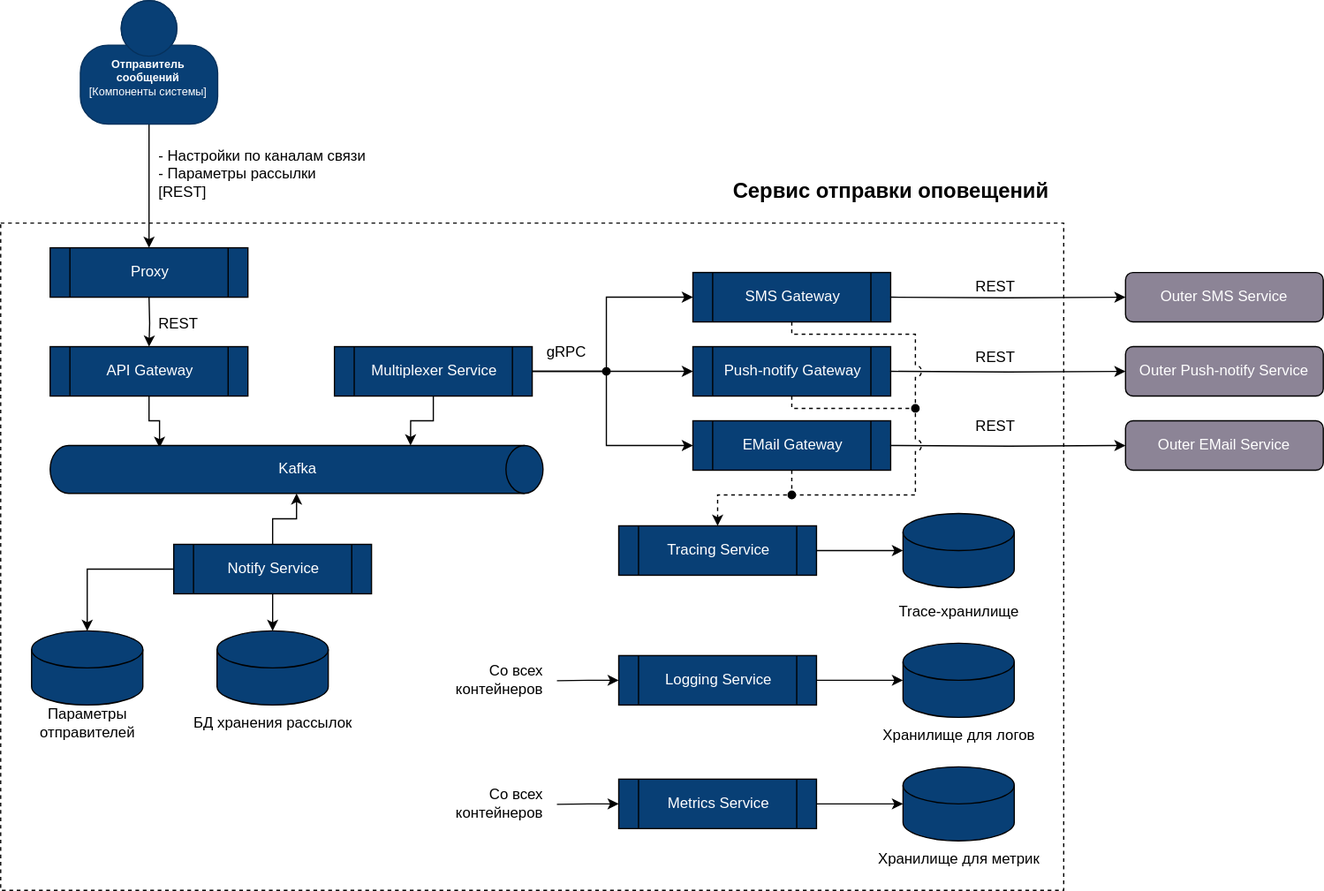
Yandex-Practicum/architect-practice-tpl keeps this draw.io diagram as notificator/static/c2.svg. Above is the earlier version. Source tidied: cells renumbered, new cells last; positions are measured from the earlier drawing's top-left corner, leaving out a move shared by most shapes.
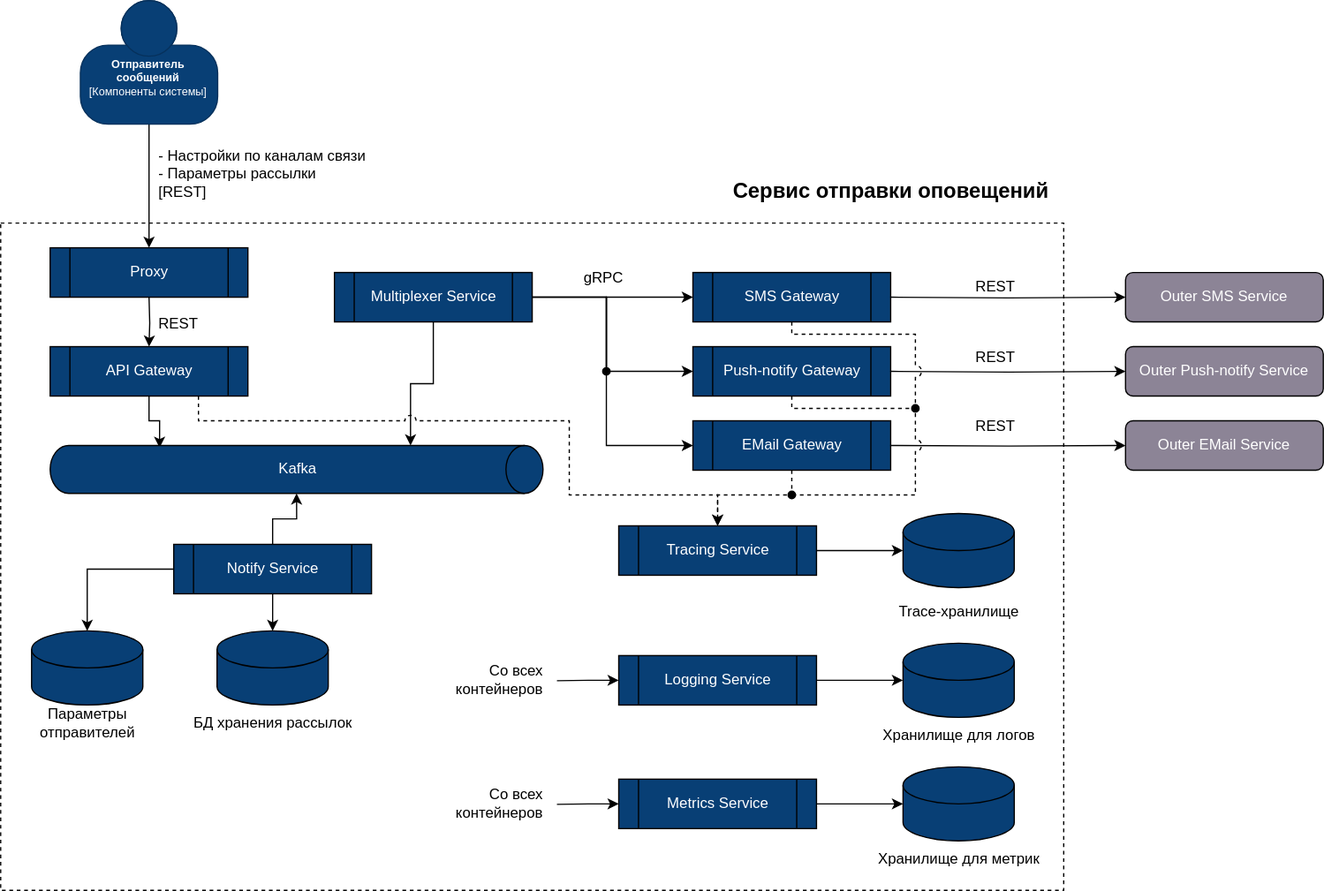
Above is the later version.

Diff of the diagram source:
```diff
@@ -120,24 +120,29 @@
       </mxGeometry>
     </mxCell>
     <mxCell id="33" style="edgeStyle=orthogonalEdgeStyle;rounded=0;jettySize=auto;html=1;exitX=1;exitY=0.5;exitDx=0;exitDy=0;entryX=0;entryY=0.5;entryDx=0;entryDy=0;" parent="1" edge="1" source="35" target="29">
-      <mxGeometry relative="1" as="geometry" />
+      <mxGeometry relative="1" as="geometry">
+        <Array as="points">
+          <mxPoint x="490" y="240" />
+          <mxPoint x="490" y="300" />
+        </Array>
+      </mxGeometry>
     </mxCell>
     <mxCell id="34" style="edgeStyle=orthogonalEdgeStyle;rounded=0;jettySize=auto;html=1;exitX=1;exitY=0.5;exitDx=0;exitDy=0;entryX=0;entryY=0.5;entryDx=0;entryDy=0;" parent="1" edge="1" source="35" target="31">
       <mxGeometry relative="1" as="geometry">
         <Array as="points">
-          <mxPoint x="490" y="300" />
+          <mxPoint x="490" y="240" />
           <mxPoint x="490" y="360" />
         </Array>
       </mxGeometry>
     </mxCell>
     <mxCell id="35" value="Multiplexer Service" style="shape=process;whiteSpace=wrap;html=1;backgroundOutline=1;fillColor=#083f75;fontColor=#FFFFFF;" parent="1" vertex="1">
-      <mxGeometry x="270" y="280" width="160" height="40" as="geometry" />
+      <mxGeometry x="270" y="220" width="160" height="40" as="geometry" />
     </mxCell>
     <mxCell id="36" style="edgeStyle=orthogonalEdgeStyle;rounded=0;jettySize=auto;html=1;exitX=0.5;exitY=1;exitDx=0;exitDy=0;entryX=0;entryY=0;entryDx=0;entryDy=107.1875;entryPerimeter=0;" parent="1" edge="1" source="35" target="20">
       <mxGeometry relative="1" as="geometry" />
     </mxCell>
     <mxCell id="37" value="gRPC" style="text;html=1;align=left;verticalAlign=middle;strokeColor=none;fillColor=none;" parent="1" vertex="1">
-      <mxGeometry x="440" y="270" width="60" height="30" as="geometry" />
+      <mxGeometry x="470" y="210" width="60" height="30" as="geometry" />
     </mxCell>
     <mxCell id="38" style="group;fillColor=none;" parent="1" vertex="1">
       <mxGeometry x="350" y="520" width="500" height="90" as="geometry" />
@@ -225,5 +230,15 @@
     <mxCell id="60" value="REST" style="text;html=1;align=left;verticalAlign=middle;strokeColor=none;fillColor=none;" parent="1" vertex="1">
       <mxGeometry x="787" y="330" width="60" height="30" as="geometry" />
     </mxCell>
+    <mxCell id="61" style="edgeStyle=orthogonalEdgeStyle;rounded=0;jettySize=auto;html=1;exitX=0.75;exitY=1;exitDx=0;exitDy=0;entryX=0.5;entryY=0;entryDx=0;entryDy=0;dashed=1;jumpStyle=arc;jumpSize=9;" parent="1" edge="1" source="15" target="51">
+      <mxGeometry relative="1" as="geometry">
+        <Array as="points">
+          <mxPoint x="160" y="340" />
+          <mxPoint x="460" y="340" />
+          <mxPoint x="460" y="400" />
+          <mxPoint x="580" y="400" />
+        </Array>
+      </mxGeometry>
+    </mxCell>
   </root>
 </mxGraphModel>
```
